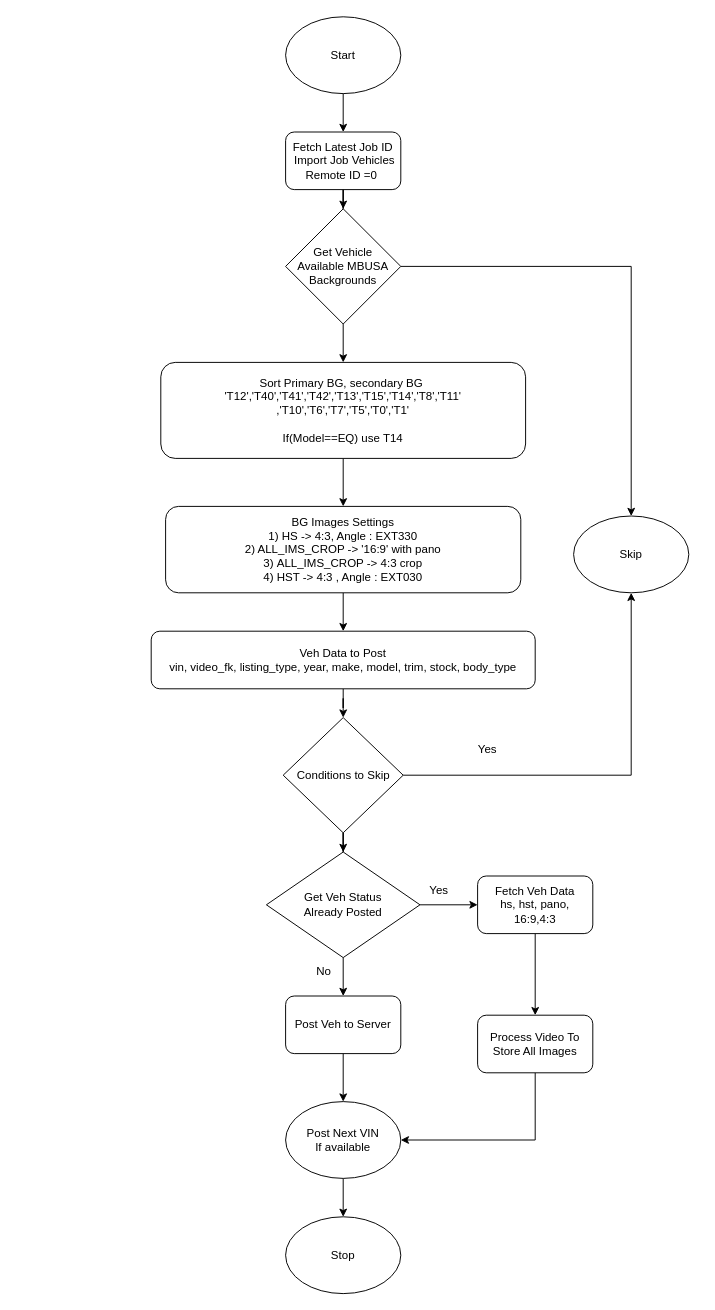
kishorenunc/jQuery-File-Upload keeps this draw.io diagram as draw.io/MBUSA.drawio. Above is the earlier version. Source tidied: cells renumbered, new cells numbered last; positions are measured from the earlier drawing's top-left corner, leaving out a move shared by most shapes. Both pictures are drawn from the tidied source at 96%, with x=0, y=0 at pixel (151, 16).
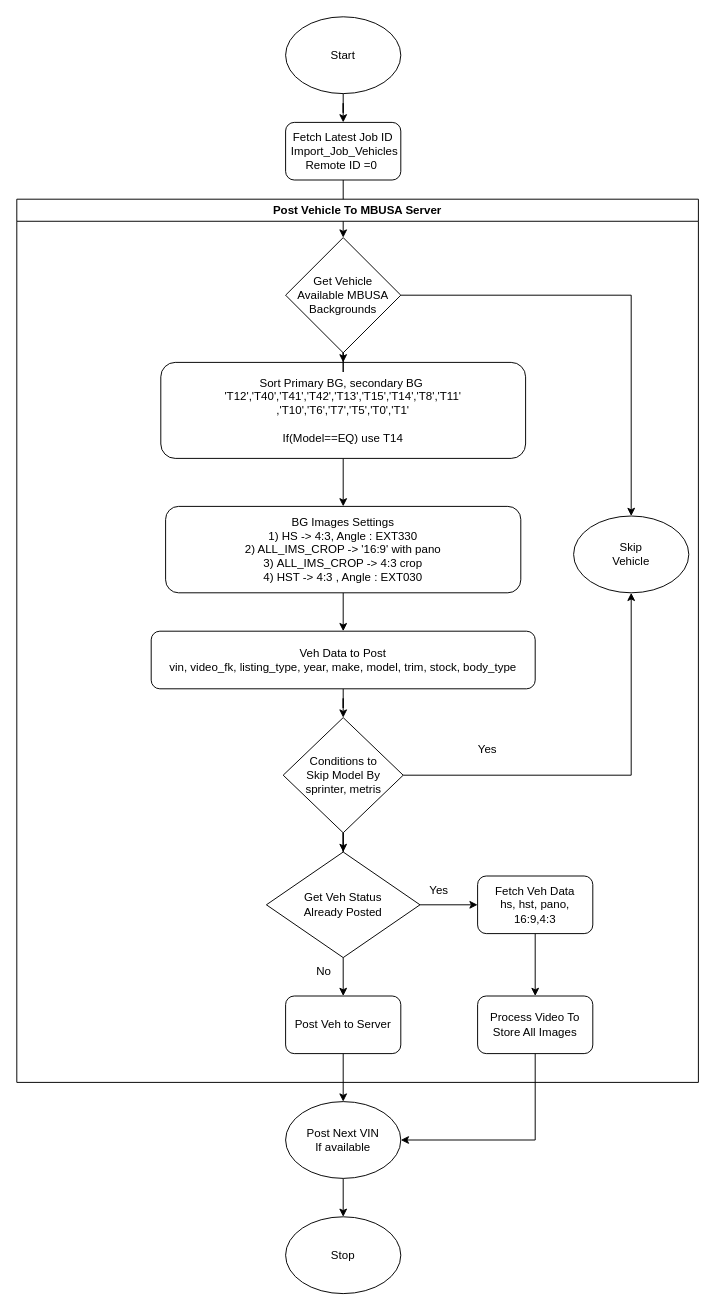
Above is the later version.

The change refers to these unchanged cells:
```xml
<mxCell id="29" value="Post Next VIN&lt;br&gt;If available" style="ellipse;whiteSpace=wrap;html=1;flipV=0;" parent="1" vertex="1">
  <mxGeometry x="140" y="1130" width="120" height="80" as="geometry" />
</mxCell>
```

What changed in the source:
```diff
@@
-    <mxCell id="5" value="Fetch Latest Job ID&lt;br&gt;&amp;nbsp;Import Job Vehicles&lt;br&gt;Remote ID =0&amp;nbsp;" style="rounded=1;whiteSpace=wrap;html=1;flipV=0;" parent="1" vertex="1">
-      <mxGeometry x="140" y="120" width="120" height="60" as="geometry" />
+    <mxCell id="5" value="Fetch Latest Job ID&lt;br&gt;&amp;nbsp;Import_Job_Vehicles&lt;br&gt;Remote ID =0&amp;nbsp;" style="rounded=1;whiteSpace=wrap;html=1;flipV=0;" parent="1" vertex="1">
+      <mxGeometry x="140" y="110" width="120" height="60" as="geometry" />
     </mxCell>
@@
-    <mxCell id="8" value="Skip" style="ellipse;whiteSpace=wrap;html=1;flipV=0;" parent="1" vertex="1">
+    <mxCell id="8" value="Skip&lt;br&gt;Vehicle" style="ellipse;whiteSpace=wrap;html=1;flipV=0;" parent="1" vertex="1">
       <mxGeometry x="440" y="520" width="120" height="80" as="geometry" />
     </mxCell>
@@
-    <mxCell id="11" value="Get Vehicle &lt;br&gt;Available MBUSA Backgrounds" style="rhombus;whiteSpace=wrap;html=1;flipV=0;" parent="1" vertex="1">
-      <mxGeometry x="140" y="200" width="120" height="120" as="geometry" />
-    </mxCell>
@@
-    <mxCell id="18" value="Conditions to Skip" style="rhombus;whiteSpace=wrap;html=1;flipV=0;" parent="1" vertex="1">
+    <mxCell id="18" value="Conditions to &lt;br&gt;Skip Model By&lt;br&gt;sprinter,&amp;nbsp;metris" style="rhombus;whiteSpace=wrap;html=1;flipV=0;" parent="1" vertex="1">
       <mxGeometry x="137.5" y="730" width="125" height="120" as="geometry" />
     </mxCell>
@@
     <mxCell id="30" style="edgeStyle=orthogonalEdgeStyle;rounded=0;jettySize=auto;html=1;entryX=1;entryY=0.5;entryDx=0;entryDy=0;" parent="1" edge="1" source="31" target="29">
       <mxGeometry relative="1" as="geometry">
         <Array as="points">
-          <mxPoint x="400" y="1100" />
+          <mxPoint x="400" y="1170" />
         </Array>
       </mxGeometry>
     </mxCell>
-    <mxCell id="31" value="Process Video To&lt;br&gt;Store All Images" style="rounded=1;whiteSpace=wrap;html=1;flipV=0;" parent="1" vertex="1">
-      <mxGeometry x="340" y="1040" width="120" height="60" as="geometry" />
-    </mxCell>
@@
+    <mxCell id="34" value="Post Vehicle To MBUSA Server" style="swimlane;whiteSpace=wrap;html=1;" parent="1" vertex="1">
+      <mxGeometry x="-140" y="190" width="710" height="920" as="geometry" />
+    </mxCell>
+    <mxCell id="11" value="Get Vehicle &lt;br&gt;Available MBUSA Backgrounds" style="rhombus;whiteSpace=wrap;html=1;flipV=0;" parent="34" vertex="1">
+      <mxGeometry x="280" y="40" width="120" height="120" as="geometry" />
+    </mxCell>
+    <mxCell id="31" value="Process Video To&lt;br&gt;Store All Images" style="rounded=1;whiteSpace=wrap;html=1;flipV=0;" parent="34" vertex="1">
+      <mxGeometry x="480" y="830" width="120" height="60" as="geometry" />
+    </mxCell>
```
